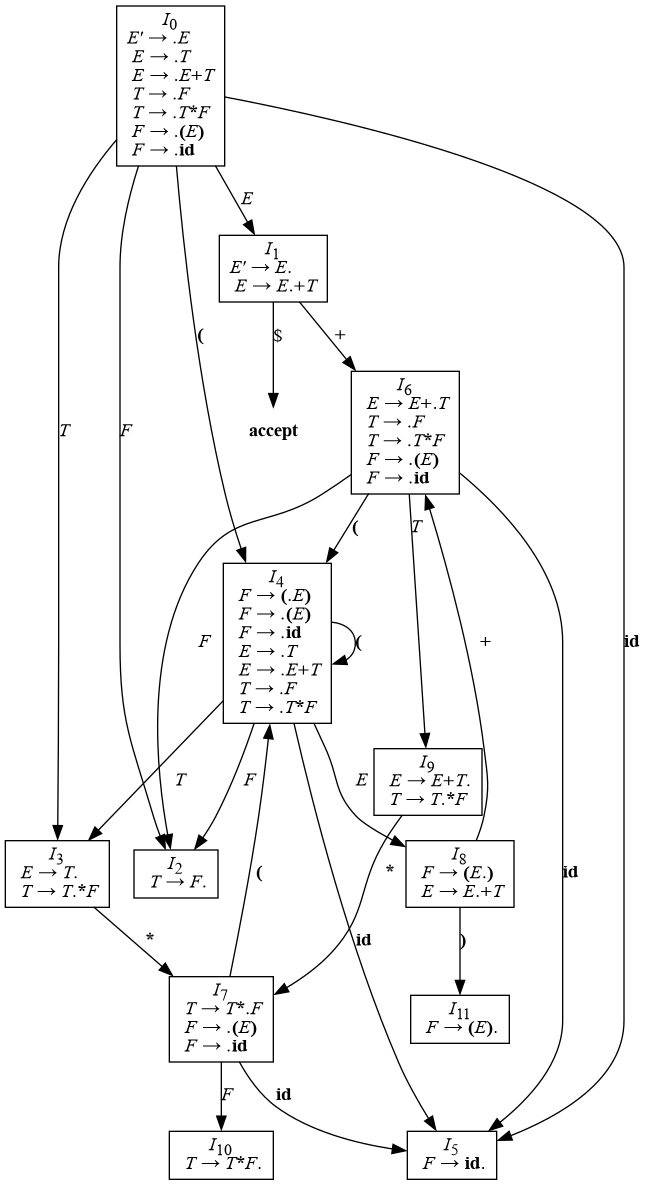
Before: static/automata.dot.png, a diagram exported from Graphviz (PMP56/SLR-Compiler-and-FastAPI). Its source is kept beside it as static/automata.dot.
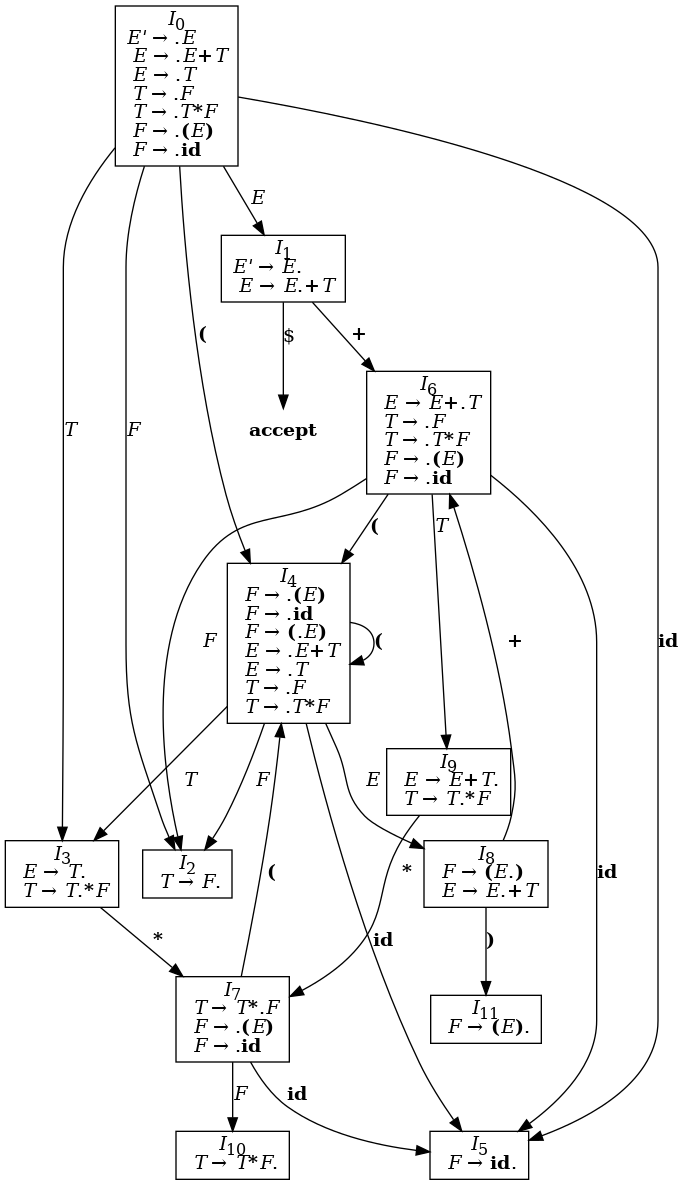
Later version of the same file.

Change to the diagram source:
```diff
@@ -1,10 +1,10 @@
 digraph automaton {
 	node [shape=record]
-	I0 [label=<<I>I</I><SUB>0</SUB><BR/><I>E'</I> &#8594; .<I>E</I><BR ALIGN="LEFT"/><I> E</I> &#8594; .<I>T</I><BR ALIGN="LEFT"/><I> E</I> &#8594; .<I>E</I><B>+</B><I>T</I><BR ALIGN="LEFT"/><I> T</I> &#8594; .<I>F</I><BR ALIGN="LEFT"/><I> T</I> &#8594; .<I>T</I><B>*</B><I>F</I><BR ALIGN="LEFT"/><I> F</I> &#8594; .<B>(</B><I>E</I><B>)</B><BR ALIGN="LEFT"/><I> F</I> &#8594; .<B>id</B><BR ALIGN="LEFT"/>>]
+	I0 [label=<<I>I</I><SUB>0</SUB><BR/><I>E'</I> &#8594; .<I>E</I><BR ALIGN="LEFT"/><I> E</I> &#8594; .<I>E</I><B>+</B><I>T</I><BR ALIGN="LEFT"/><I> E</I> &#8594; .<I>T</I><BR ALIGN="LEFT"/><I> T</I> &#8594; .<I>F</I><BR ALIGN="LEFT"/><I> T</I> &#8594; .<I>T</I><B>*</B><I>F</I><BR ALIGN="LEFT"/><I> F</I> &#8594; .<B>(</B><I>E</I><B>)</B><BR ALIGN="LEFT"/><I> F</I> &#8594; .<B>id</B><BR ALIGN="LEFT"/>>]
 	I1 [label=<<I>I</I><SUB>1</SUB><BR/><I>E'</I> &#8594; <I>E</I>.<BR ALIGN="LEFT"/><I> E</I> &#8594; <I>E</I>.<B>+</B><I>T</I><BR ALIGN="LEFT"/>>]
 	I2 [label=<<I>I</I><SUB>2</SUB><BR/><I> T</I> &#8594; <I>F</I>.<BR ALIGN="LEFT"/>>]
 	I3 [label=<<I>I</I><SUB>3</SUB><BR/><I> E</I> &#8594; <I>T</I>.<BR ALIGN="LEFT"/><I> T</I> &#8594; <I>T</I>.<B>*</B><I>F</I><BR ALIGN="LEFT"/>>]
-	I4 [label=<<I>I</I><SUB>4</SUB><BR/><I> F</I> &#8594; <B>(</B>.<I>E</I><B>)</B><BR ALIGN="LEFT"/><I> F</I> &#8594; .<B>(</B><I>E</I><B>)</B><BR ALIGN="LEFT"/><I> F</I> &#8594; .<B>id</B><BR ALIGN="LEFT"/><I> E</I> &#8594; .<I>T</I><BR ALIGN="LEFT"/><I> E</I> &#8594; .<I>E</I><B>+</B><I>T</I><BR ALIGN="LEFT"/><I> T</I> &#8594; .<I>F</I><BR ALIGN="LEFT"/><I> T</I> &#8594; .<I>T</I><B>*</B><I>F</I><BR ALIGN="LEFT"/>>]
+	I4 [label=<<I>I</I><SUB>4</SUB><BR/><I> F</I> &#8594; .<B>(</B><I>E</I><B>)</B><BR ALIGN="LEFT"/><I> F</I> &#8594; .<B>id</B><BR ALIGN="LEFT"/><I> F</I> &#8594; <B>(</B>.<I>E</I><B>)</B><BR ALIGN="LEFT"/><I> E</I> &#8594; .<I>E</I><B>+</B><I>T</I><BR ALIGN="LEFT"/><I> E</I> &#8594; .<I>T</I><BR ALIGN="LEFT"/><I> T</I> &#8594; .<I>F</I><BR ALIGN="LEFT"/><I> T</I> &#8594; .<I>T</I><B>*</B><I>F</I><BR ALIGN="LEFT"/>>]
 	I5 [label=<<I>I</I><SUB>5</SUB><BR/><I> F</I> &#8594; <B>id</B>.<BR ALIGN="LEFT"/>>]
 	I6 [label=<<I>I</I><SUB>6</SUB><BR/><I> E</I> &#8594; <I>E</I><B>+</B>.<I>T</I><BR ALIGN="LEFT"/><I> T</I> &#8594; .<I>F</I><BR ALIGN="LEFT"/><I> T</I> &#8594; .<I>T</I><B>*</B><I>F</I><BR ALIGN="LEFT"/><I> F</I> &#8594; .<B>(</B><I>E</I><B>)</B><BR ALIGN="LEFT"/><I> F</I> &#8594; .<B>id</B><BR ALIGN="LEFT"/>>]
 	I7 [label=<<I>I</I><SUB>7</SUB><BR/><I> T</I> &#8594; <I>T</I><B>*</B>.<I>F</I><BR ALIGN="LEFT"/><I> F</I> &#8594; .<B>(</B><I>E</I><B>)</B><BR ALIGN="LEFT"/><I> F</I> &#8594; .<B>id</B><BR ALIGN="LEFT"/>>]
@@ -12,8 +12,8 @@
 	I9 [label=<<I>I</I><SUB>9</SUB><BR/><I> E</I> &#8594; <I>E</I><B>+</B><I>T</I>.<BR ALIGN="LEFT"/><I> T</I> &#8594; <I>T</I>.<B>*</B><I>F</I><BR ALIGN="LEFT"/>>]
 	I10 [label=<<I>I</I><SUB>10</SUB><BR/><I> T</I> &#8594; <I>T</I><B>*</B><I>F</I>.<BR ALIGN="LEFT"/>>]
 	I11 [label=<<I>I</I><SUB>11</SUB><BR/><I> F</I> &#8594; <B>(</B><I>E</I><B>)</B>.<BR ALIGN="LEFT"/>>]
+	I0 -> I4 [label=<<B>(</B>>]
 	I0 -> I5 [label=<<B>id</B>>]
-	I0 -> I4 [label=<<B>(</B>>]
 	I0 -> I3 [label=<<I>T</I>>]
 	I0 -> I2 [label=<<I>F</I>>]
 	I0 -> I1 [label=<<I>E</I>>]
@@ -21,17 +21,17 @@
 	acc [label=<<B>accept</B>> shape=none]
 	I1 -> acc [label="$"]
 	I3 -> I7 [label=<<B>*</B>>]
+	I4 -> I4 [label=<<B>(</B>>]
 	I4 -> I5 [label=<<B>id</B>>]
-	I4 -> I4 [label=<<B>(</B>>]
 	I4 -> I3 [label=<<I>T</I>>]
 	I4 -> I2 [label=<<I>F</I>>]
 	I4 -> I8 [label=<<I>E</I>>]
+	I6 -> I4 [label=<<B>(</B>>]
 	I6 -> I5 [label=<<B>id</B>>]
-	I6 -> I4 [label=<<B>(</B>>]
 	I6 -> I9 [label=<<I>T</I>>]
 	I6 -> I2 [label=<<I>F</I>>]
+	I7 -> I4 [label=<<B>(</B>>]
 	I7 -> I5 [label=<<B>id</B>>]
-	I7 -> I4 [label=<<B>(</B>>]
 	I7 -> I10 [label=<<I>F</I>>]
 	I8 -> I11 [label=<<B>)</B>>]
 	I8 -> I6 [label=<<B>+</B>>]
```
